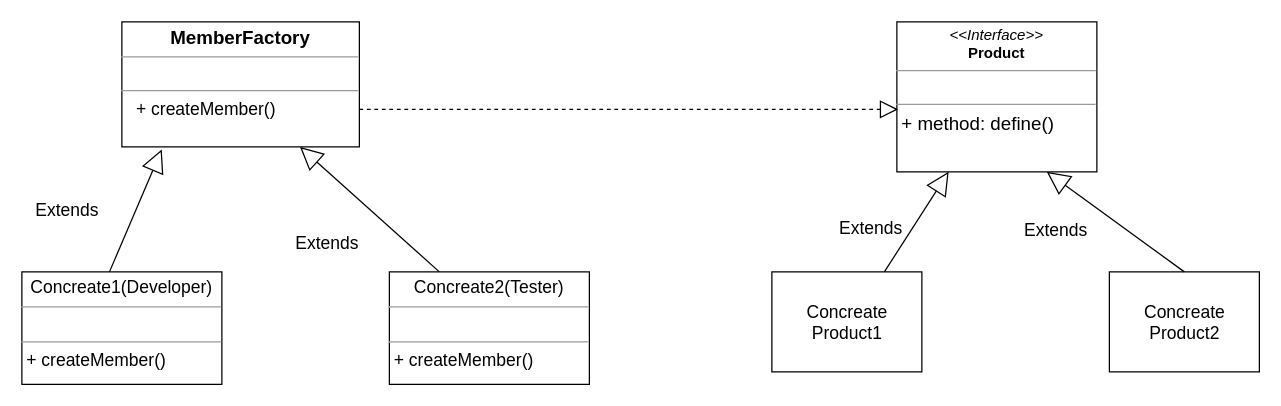
Before: creational/factory/factory.drawio in MaksShadows/Patterns, a draw.io diagram. Source tidied: cells renumbered, new cells numbered last; positions are measured from the earlier drawing's top-left corner, leaving out a move shared by most shapes. Both pictures are drawn from the tidied source at 125%, with x=0, y=0 at pixel (21, 21).
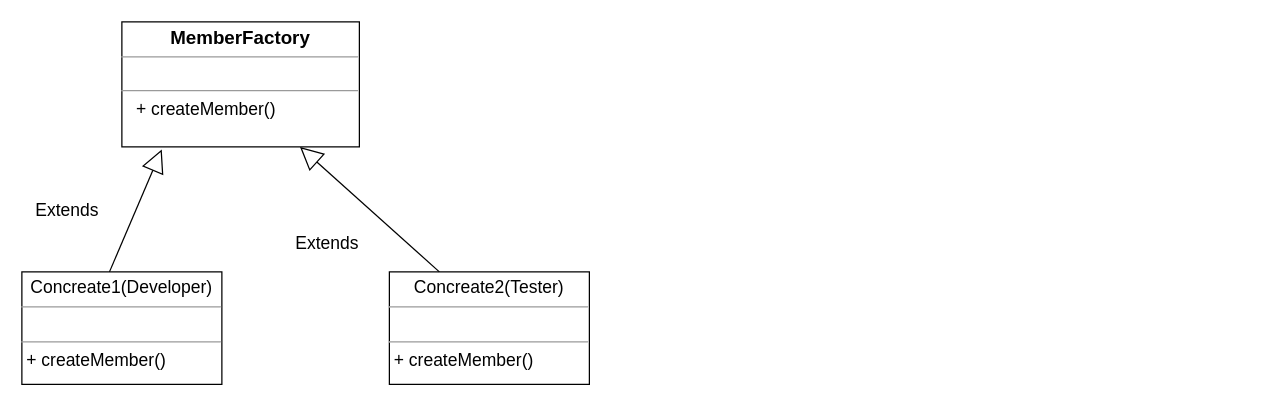
After the change.

Change to the diagram source:
```diff
@@
 <mxGraphModel>
   <root>
     <mxCell id="0" />
     <mxCell id="1" parent="0" />
     <mxCell id="2" value="&lt;p style=&quot;margin: 0px ; margin-top: 4px ; text-align: center&quot;&gt;&lt;b&gt;&lt;font style=&quot;font-size: 15px&quot;&gt;MemberFactory&lt;/font&gt;&lt;/b&gt;&lt;/p&gt;&lt;hr size=&quot;1&quot;&gt;&lt;p style=&quot;margin: 0px ; margin-left: 4px&quot;&gt;&lt;br&gt;&lt;/p&gt;&lt;hr size=&quot;1&quot;&gt;&lt;p style=&quot;text-align: justify ; margin: 0px 0px 0px 4px&quot;&gt;&lt;font style=&quot;font-size: 14px&quot;&gt;&amp;nbsp; + createMember()&lt;/font&gt;&lt;/p&gt;" style="verticalAlign=top;align=left;overflow=fill;fontSize=12;fontFamily=Helvetica;html=1;" parent="1" vertex="1">
       <mxGeometry x="80" width="190" height="100" as="geometry" />
     </mxCell>
     <mxCell id="3" value="&lt;p style=&quot;text-align: center ; margin: 4px 0px 0px ; font-size: 14px&quot;&gt;&lt;font style=&quot;font-size: 14px&quot;&gt;Concreate1(Developer)&lt;/font&gt;&lt;/p&gt;&lt;hr size=&quot;1&quot; style=&quot;text-align: justify ; font-size: 14px&quot;&gt;&lt;p style=&quot;text-align: justify ; margin: 0px 0px 0px 4px&quot;&gt;&lt;br&gt;&lt;/p&gt;&lt;hr size=&quot;1&quot; style=&quot;text-align: justify&quot;&gt;&lt;p style=&quot;text-align: justify ; margin: 0px 0px 0px 4px&quot;&gt;&lt;font style=&quot;font-size: 14px&quot;&gt;+ createMember()&lt;/font&gt;&lt;/p&gt;" style="verticalAlign=top;align=left;overflow=fill;fontSize=12;fontFamily=Helvetica;html=1;" parent="1" vertex="1">
       <mxGeometry y="200" width="160" height="90" as="geometry" />
     </mxCell>
     <mxCell id="4" value="&lt;p style=&quot;text-align: center ; margin: 4px 0px 0px ; font-size: 14px&quot;&gt;&lt;font style=&quot;font-size: 14px&quot;&gt;Concreate2(Tester)&lt;/font&gt;&lt;/p&gt;&lt;hr size=&quot;1&quot; style=&quot;text-align: justify ; font-size: 14px&quot;&gt;&lt;p style=&quot;text-align: justify ; margin: 0px 0px 0px 4px&quot;&gt;&lt;br&gt;&lt;/p&gt;&lt;hr size=&quot;1&quot; style=&quot;text-align: justify&quot;&gt;&lt;p style=&quot;text-align: justify ; margin: 0px 0px 0px 4px&quot;&gt;&lt;font style=&quot;font-size: 14px&quot;&gt;+ createMember()&lt;/font&gt;&lt;/p&gt;" style="verticalAlign=top;align=left;overflow=fill;fontSize=12;fontFamily=Helvetica;html=1;" parent="1" vertex="1">
       <mxGeometry x="294" y="200" width="160" height="90" as="geometry" />
     </mxCell>
     <mxCell id="5" value="Extends" style="endArrow=block;endSize=16;endFill=0;html=1;fontSize=14;entryX=0.168;entryY=1.02;entryDx=0;entryDy=0;entryPerimeter=0;exitX=0.438;exitY=0;exitDx=0;exitDy=0;exitPerimeter=0;" parent="1" edge="1" source="3" target="2">
       <mxGeometry x="-0.4" y="51" relative="1" as="geometry" />
     </mxCell>
     <mxCell id="6" value="Extends" style="endArrow=block;endSize=16;endFill=0;html=1;fontSize=14;entryX=0.75;entryY=1;entryDx=0;entryDy=0;exitX=0.25;exitY=0;exitDx=0;exitDy=0;" parent="1" edge="1" source="4" target="2">
       <mxGeometry x="0.09" y="43" relative="1" as="geometry" />
     </mxCell>
-    <mxCell id="7" value="&lt;p style=&quot;margin: 0px ; margin-top: 4px ; text-align: center&quot;&gt;&lt;i&gt;&amp;lt;&amp;lt;Interface&amp;gt;&amp;gt;&lt;/i&gt;&lt;br&gt;&lt;b&gt;Product&lt;/b&gt;&lt;/p&gt;&lt;hr size=&quot;1&quot;&gt;&lt;p style=&quot;margin: 0px ; margin-left: 4px&quot;&gt;&lt;br&gt;&lt;/p&gt;&lt;hr size=&quot;1&quot;&gt;&lt;p style=&quot;margin: 0px ; margin-left: 4px&quot;&gt;&lt;font style=&quot;font-size: 15px&quot;&gt;+ method: define()&lt;/font&gt;&lt;/p&gt;" style="verticalAlign=top;align=left;overflow=fill;fontSize=12;fontFamily=Helvetica;html=1;" parent="1" vertex="1">
-      <mxGeometry x="700" width="160" height="120" as="geometry" />
-    </mxCell>
-    <mxCell id="8" style="endArrow=block;dashed=1;endFill=0;endSize=12;html=1;entryX=0.006;entryY=0.583;entryDx=0;entryDy=0;entryPerimeter=0;" parent="1" edge="1" target="7">
-      <mxGeometry relative="1" as="geometry">
-        <mxPoint x="270" y="70" as="sourcePoint" />
-      </mxGeometry>
-    </mxCell>
-    <mxCell id="9" value="&lt;font style=&quot;font-size: 14px&quot;&gt;Concreate&lt;br&gt;Product1&lt;/font&gt;" style="html=1;" parent="1" vertex="1">
-      <mxGeometry x="600" y="200" width="120" height="80" as="geometry" />
-    </mxCell>
-    <mxCell id="10" value="&lt;font style=&quot;font-size: 14px&quot;&gt;Concreate&lt;br&gt;Product2&lt;/font&gt;" style="html=1;" parent="1" vertex="1">
-      <mxGeometry x="870" y="200" width="120" height="80" as="geometry" />
-    </mxCell>
-    <mxCell id="11" value="Extends" style="endArrow=block;endSize=16;endFill=0;html=1;fontSize=14;entryX=0.75;entryY=1;entryDx=0;entryDy=0;exitX=0.5;exitY=0;exitDx=0;exitDy=0;" parent="1" edge="1" source="10" target="7">
-      <mxGeometry x="0.52" y="34" relative="1" as="geometry" />
-    </mxCell>
-    <mxCell id="12" value="Extends" style="endArrow=block;endSize=16;endFill=0;html=1;fontSize=14;exitX=0.75;exitY=0;exitDx=0;exitDy=0;" parent="1" edge="1" source="9" target="7">
-      <mxGeometry x="-0.5" y="28" relative="1" as="geometry" />
-    </mxCell>
   </root>
 </mxGraphModel>
```
